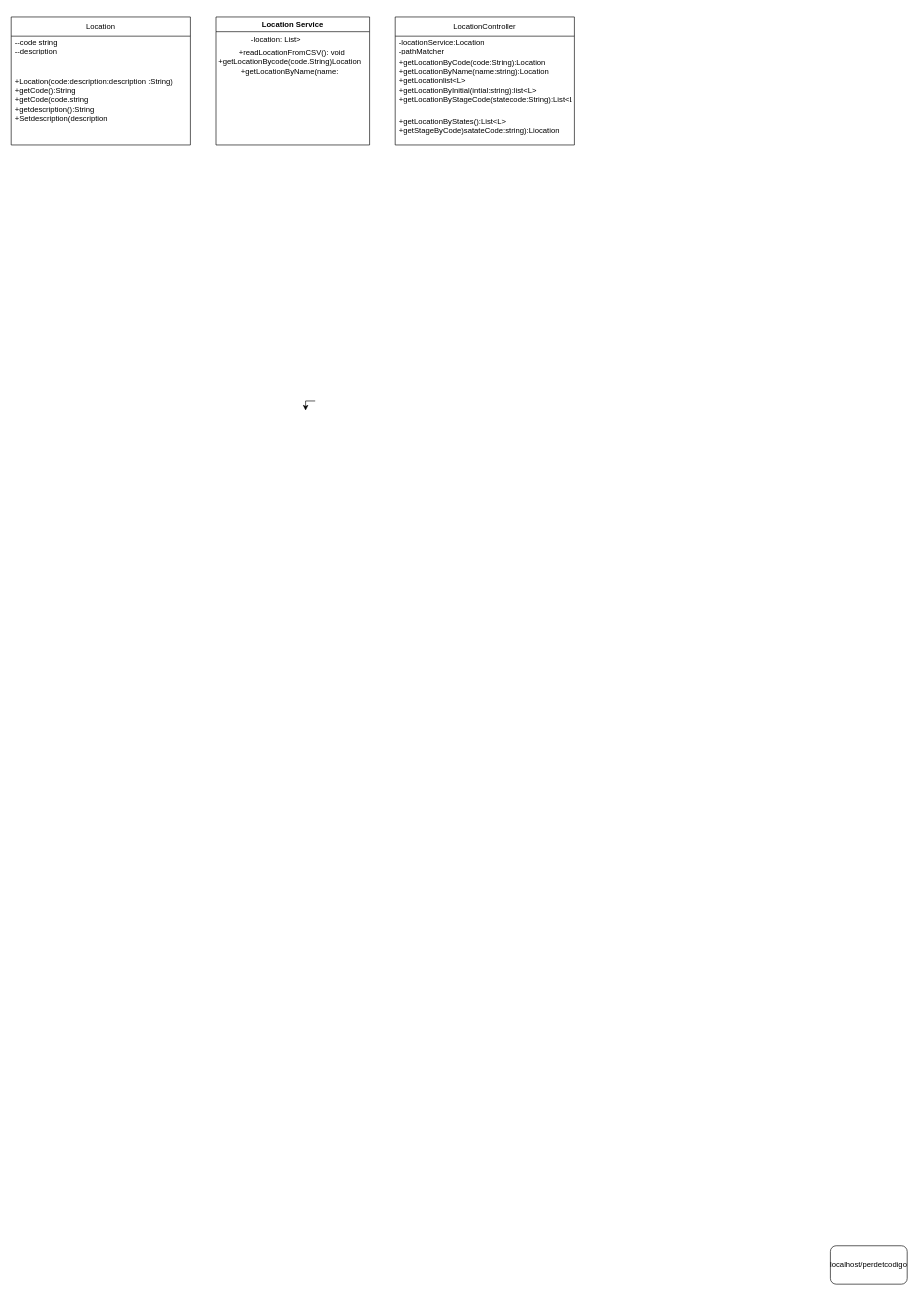
Above: Diagrama sin título.drawio in alexa7valan/myfirstapi (draw.io), before the change. Source tidied: cells renumbered, new cells numbered last; positions are measured from the earlier drawing's top-left corner, leaving out a move shared by most shapes. Both pictures are drawn from the tidied source at 64%, with x=0, y=0 at pixel (11, 17).
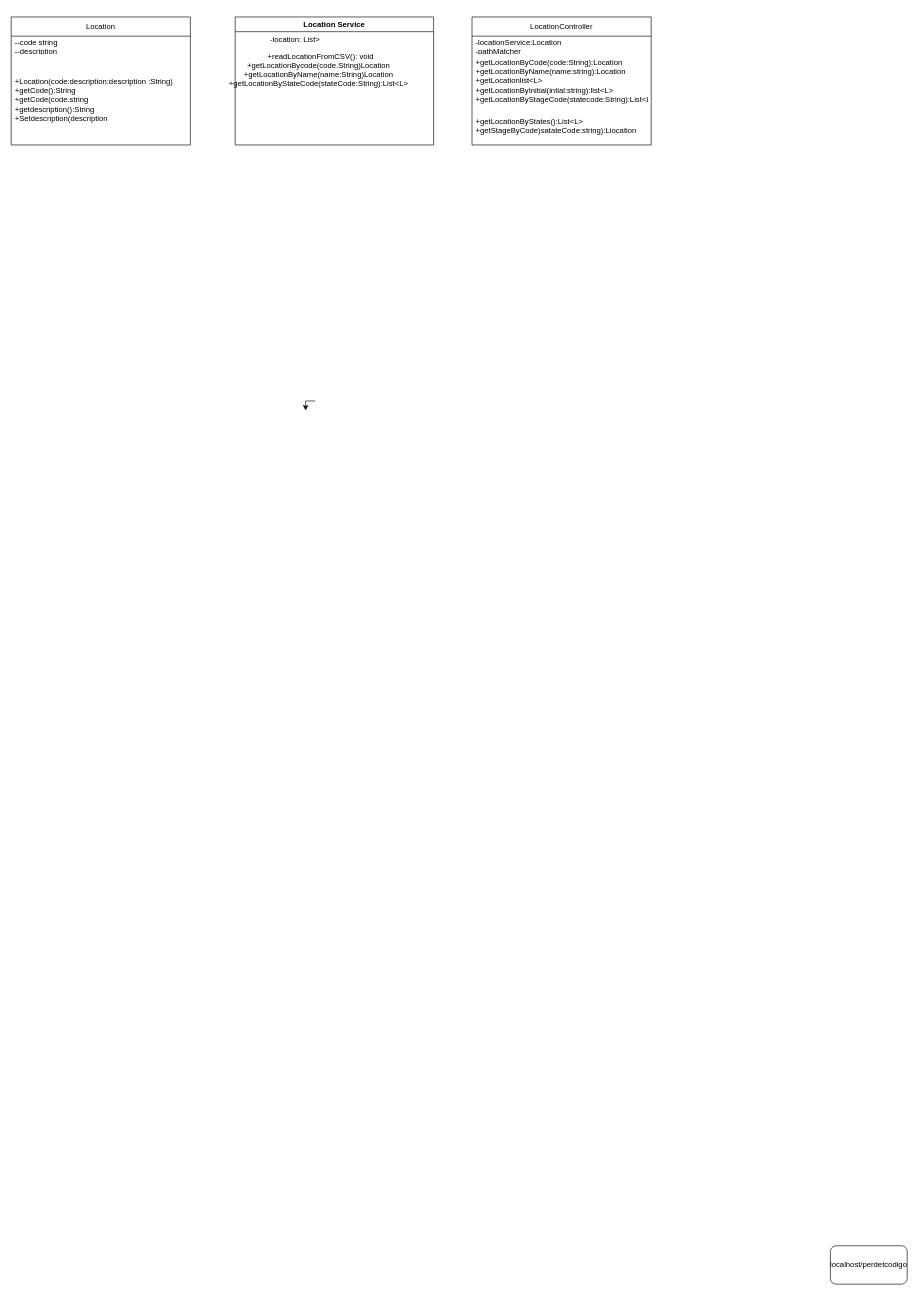
After the change.

Diff of the diagram source:
```diff
@@
 <mxGraphModel>
   <root>
     <mxCell id="0" />
     <mxCell id="1" parent="0" />
     <mxCell id="2" style="edgeStyle=orthogonalEdgeStyle;rounded=0;orthogonalLoop=1;jettySize=auto;html=1;exitX=0;exitY=0.5;exitDx=0;exitDy=0;entryX=0.5;entryY=1;entryDx=0;entryDy=0;" parent="1" edge="1">
       <mxGeometry relative="1" as="geometry">
         <mxPoint x="475" y="600" as="sourcePoint" />
         <mxPoint x="460" y="615" as="targetPoint" />
       </mxGeometry>
     </mxCell>
     <mxCell id="3" value="localhost/perdetcodigo" style="rounded=1;whiteSpace=wrap;html=1;" parent="1" vertex="1">
       <mxGeometry x="1280" y="1920" width="120" height="60" as="geometry" />
     </mxCell>
     <mxCell id="4" value="Location" style="swimlane;fontStyle=0;horizontal=1;startSize=30;whiteSpace=wrap;html=1;" parent="1" vertex="1">
       <mxGeometry width="280" height="200" as="geometry" />
     </mxCell>
     <mxCell id="5" value="--code string&amp;nbsp;&lt;div&gt;--description&amp;nbsp;&lt;/div&gt;&lt;div&gt;&lt;br&gt;&lt;/div&gt;" style="text;align=left;verticalAlign=middle;spacingLeft=4;spacingRight=4;overflow=hidden;whiteSpace=wrap;html=1;" parent="4" vertex="1">
       <mxGeometry y="30" width="280" height="30" as="geometry" />
     </mxCell>
     <mxCell id="6" value="+Location(code:description:description :String)&lt;div&gt;+getCode():String&lt;/div&gt;&lt;div&gt;+getCode(code.string&lt;/div&gt;&lt;div&gt;+getdescription():String&lt;/div&gt;&lt;div&gt;+Setdescription(description&lt;/div&gt;" style="text;strokeColor=none;fillColor=none;align=left;verticalAlign=middle;spacingLeft=4;spacingRight=4;overflow=hidden;whiteSpace=wrap;html=1;" parent="4" vertex="1">
       <mxGeometry y="60" width="280" height="140" as="geometry" />
     </mxCell>
     <mxCell id="7" value="Location Service" style="swimlane;whiteSpace=wrap;html=1;" parent="1" vertex="1">
-      <mxGeometry x="320" width="240" height="200" as="geometry" />
+      <mxGeometry x="350" width="310" height="200" as="geometry" />
     </mxCell>
     <mxCell id="8" value="&amp;nbsp; -location: List&amp;gt;" style="text;html=1;align=center;verticalAlign=middle;strokeColor=none;fillColor=none;" parent="7" vertex="1">
       <mxGeometry x="35" y="20" width="110" height="30" as="geometry" />
     </mxCell>
-    <mxCell id="9" value="&amp;nbsp; +readLocationFromCSV(): void&lt;div&gt;+getLocationBycode(code.String)Location&lt;/div&gt;&lt;div&gt;+getLocationByName(name:&lt;/div&gt;" style="text;html=1;align=center;verticalAlign=middle;strokeColor=none;fillColor=none;" parent="7" vertex="1">
-      <mxGeometry x="-10" y="40" width="250" height="60" as="geometry" />
+    <mxCell id="9" value="&amp;nbsp; +readLocationFromCSV(): void&lt;div&gt;+getLocationBycode(code.String)Location&lt;/div&gt;&lt;div&gt;+getLocationByName(name:String)Location&lt;/div&gt;&lt;div&gt;+getLocationByStateCode(stateCode:String):List&amp;lt;L&amp;gt;&lt;/div&gt;&lt;div&gt;&lt;br&gt;&lt;/div&gt;" style="text;html=1;align=center;verticalAlign=middle;strokeColor=none;fillColor=none;" parent="7" vertex="1">
+      <mxGeometry x="-20" y="45" width="300" height="90" as="geometry" />
     </mxCell>
     <mxCell id="10" style="edgeStyle=none;curved=1;rounded=0;orthogonalLoop=1;jettySize=auto;html=1;exitX=0.75;exitY=0;exitDx=0;exitDy=0;fontSize=12;startSize=8;endSize=8;" parent="1" edge="1" source="7" target="7">
       <mxGeometry relative="1" as="geometry" />
     </mxCell>
     <mxCell id="11" value="LocationController" style="swimlane;fontStyle=0;horizontal=1;startSize=30;whiteSpace=wrap;html=1;" parent="1" vertex="1">
-      <mxGeometry x="600" width="280" height="200" as="geometry" />
+      <mxGeometry x="720" width="280" height="200" as="geometry" />
     </mxCell>
     <mxCell id="12" value="-locationService:Location&lt;div&gt;-pathMatcher&lt;/div&gt;" style="text;strokeColor=none;fillColor=none;align=left;verticalAlign=middle;spacingLeft=4;spacingRight=4;overflow=hidden;whiteSpace=wrap;html=1;" parent="11" vertex="1">
       <mxGeometry y="30" width="280" height="30" as="geometry" />
     </mxCell>
     <mxCell id="13" value="+getLocationByCode(code:String):Location&lt;div&gt;+getLocationByName(name:string):Location&lt;/div&gt;&lt;div&gt;+getLocationlist&amp;lt;L&amp;gt;&lt;/div&gt;&lt;div&gt;+getLocationByInitial(intial:string):list&amp;lt;L&amp;gt;&lt;/div&gt;&lt;div&gt;+getLocationByStageCode(statecode:String):List&amp;lt;L&amp;gt;&lt;/div&gt;" style="text;strokeColor=none;fillColor=none;align=left;verticalAlign=middle;spacingLeft=4;spacingRight=4;overflow=hidden;whiteSpace=wrap;html=1;" parent="11" vertex="1">
       <mxGeometry y="60" width="280" height="80" as="geometry" />
     </mxCell>
     <mxCell id="14" value="+getLocationByStates():List&amp;lt;L&amp;gt;&lt;div&gt;+getStageByCode)satateCode:string):Liocation&lt;/div&gt;" style="text;strokeColor=none;fillColor=none;align=left;verticalAlign=middle;spacingLeft=4;spacingRight=4;overflow=hidden;whiteSpace=wrap;html=1;" parent="11" vertex="1">
       <mxGeometry y="140" width="280" height="60" as="geometry" />
     </mxCell>
   </root>
 </mxGraphModel>
```
